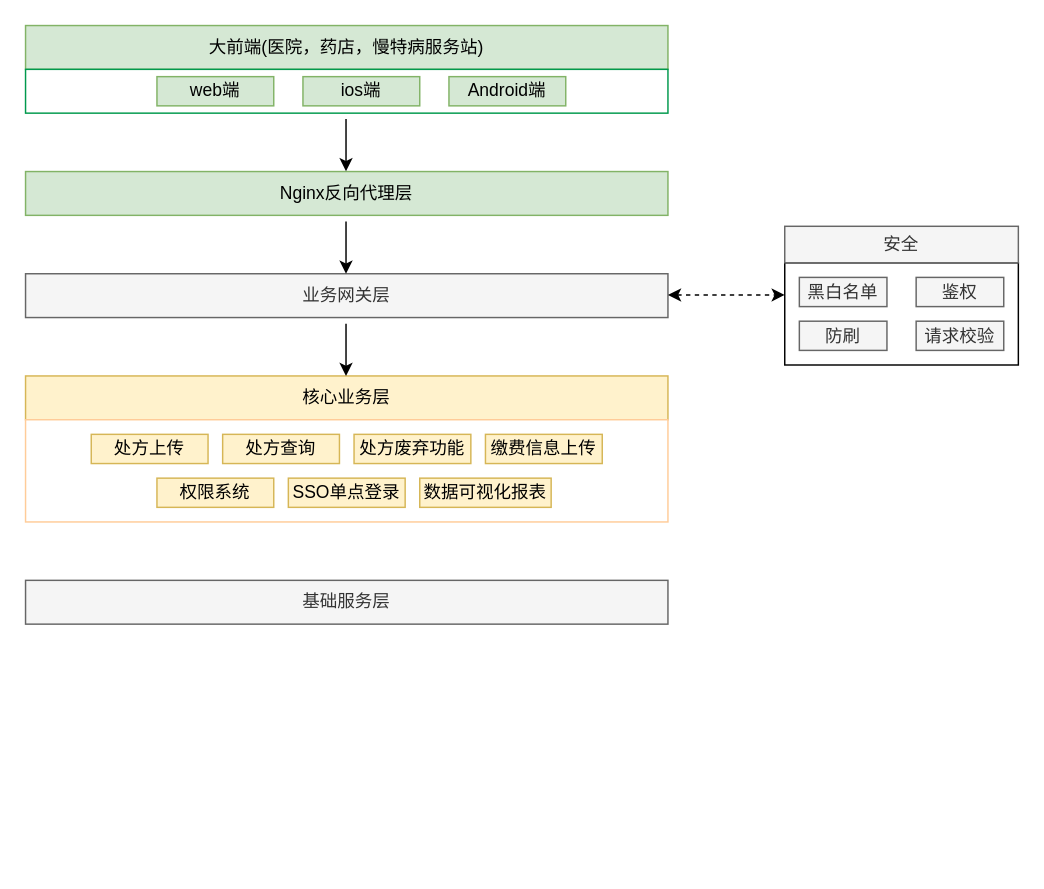
Earlier version of the draw.io diagram Untitled Diagram.drawio (chenrushui/draw). Source tidied: cells renumbered, new cells numbered last; positions are measured from the earlier drawing's top-left corner, leaving out a move shared by most shapes. Both pictures are drawn from the tidied source at 146%, with x=0, y=0 at pixel (25, 25).
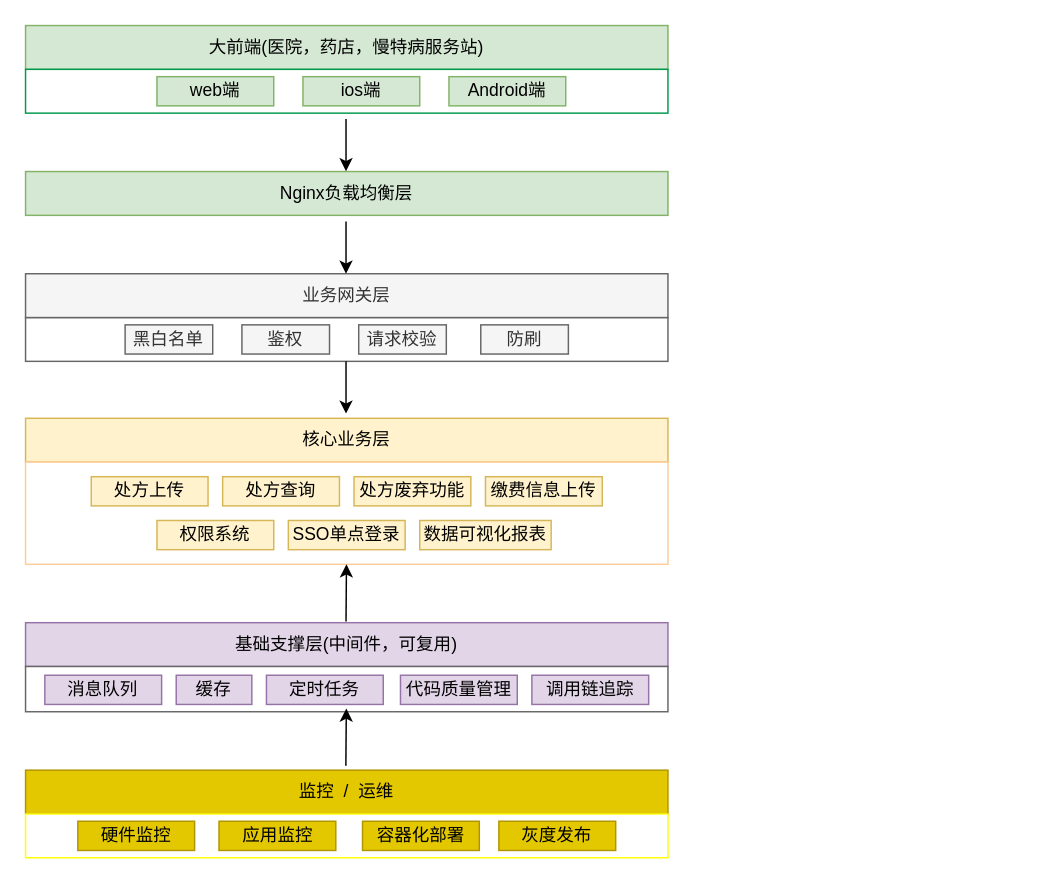
After the change.

Commit message (it also covers changes not shown here):
处方流转架构设计.drawio

What changed in the source:
```diff
@@
-    <mxCell id="2" style="rounded=0;whiteSpace=wrap;html=1;" parent="1" vertex="1">
-      <mxGeometry x="520" y="162.5" width="160" height="70" as="geometry" />
+    <mxCell id="2" style="rounded=0;whiteSpace=wrap;html=1;strokeColor=#666666;" parent="1" vertex="1">
+      <mxGeometry y="200" width="440" height="30" as="geometry" />
     </mxCell>
@@
-    <mxCell id="8" value="Nginx反向代理层" style="rounded=0;whiteSpace=wrap;html=1;fillColor=#d5e8d4;strokeColor=#82b366;" parent="1" vertex="1">
+    <mxCell id="8" value="Nginx负载均衡层" style="rounded=0;whiteSpace=wrap;html=1;fillColor=#d5e8d4;strokeColor=#82b366;" parent="1" vertex="1">
       <mxGeometry y="100" width="440" height="30" as="geometry" />
     </mxCell>
@@
-    <mxCell id="12" value="安全" style="rounded=0;whiteSpace=wrap;html=1;fillColor=#f5f5f5;strokeColor=#666666;fontColor=#333333;" parent="1" vertex="1">
-      <mxGeometry x="520" y="137.5" width="160" height="25" as="geometry" />
-    </mxCell>
     <mxCell id="13" value="黑白名单" style="rounded=0;whiteSpace=wrap;html=1;fillColor=#f5f5f5;strokeColor=#666666;fontColor=#333333;" parent="1" vertex="1">
-      <mxGeometry x="530" y="172.5" width="60" height="20" as="geometry" />
+      <mxGeometry x="68.2" y="205" width="60" height="20" as="geometry" />
     </mxCell>
     <mxCell id="14" value="鉴权" style="rounded=0;whiteSpace=wrap;html=1;fillColor=#f5f5f5;strokeColor=#666666;fontColor=#333333;" parent="1" vertex="1">
-      <mxGeometry x="610" y="172.5" width="60" height="20" as="geometry" />
+      <mxGeometry x="148.2" y="205" width="60" height="20" as="geometry" />
     </mxCell>
     <mxCell id="15" value="防刷" style="rounded=0;whiteSpace=wrap;html=1;fillColor=#f5f5f5;strokeColor=#666666;fontColor=#333333;" parent="1" vertex="1">
-      <mxGeometry x="530" y="202.5" width="60" height="20" as="geometry" />
+      <mxGeometry x="311.8" y="205" width="60" height="20" as="geometry" />
     </mxCell>
     <mxCell id="16" value="请求校验" style="rounded=0;whiteSpace=wrap;html=1;fillColor=#f5f5f5;strokeColor=#666666;fontColor=#333333;" parent="1" vertex="1">
-      <mxGeometry x="610" y="202.5" width="60" height="20" as="geometry" />
+      <mxGeometry x="228.2" y="205" width="60" height="20" as="geometry" />
     </mxCell>
-    <mxCell id="17" style="endArrow=classic;startArrow=classic;html=1;dashed=1;" parent="1" edge="1">
-      <mxGeometry relative="1" as="geometry">
-        <mxPoint x="440" y="184.5" as="sourcePoint" />
-        <mxPoint x="520" y="184.5" as="targetPoint" />
-      </mxGeometry>
-    </mxCell>
     <mxCell id="18" value="核心业务层" style="rounded=0;whiteSpace=wrap;html=1;fillColor=#fff2cc;strokeColor=#d6b656;" parent="1" vertex="1">
-      <mxGeometry y="240" width="440" height="30" as="geometry" />
+      <mxGeometry y="269" width="440" height="30" as="geometry" />
     </mxCell>
-    <mxCell id="19" value="基础服务层" style="rounded=0;whiteSpace=wrap;html=1;fillColor=#f5f5f5;strokeColor=#666666;fontColor=#333333;" parent="1" vertex="1">
-      <mxGeometry y="380" width="440" height="30" as="geometry" />
+    <mxCell id="19" value="基础支撑层(中间件，可复用)" style="rounded=0;whiteSpace=wrap;html=1;fillColor=#e1d5e7;strokeColor=#9673a6;" parent="1" vertex="1">
+      <mxGeometry y="409" width="440" height="30" as="geometry" />
     </mxCell>
     <mxCell id="20" style="rounded=0;whiteSpace=wrap;html=1;strokeColor=#FFCC99;" parent="1" vertex="1">
-      <mxGeometry y="270" width="440" height="70" as="geometry" />
+      <mxGeometry y="299" width="440" height="70" as="geometry" />
     </mxCell>
     <mxCell id="21" value="&lt;p class=&quot;MsoNormal&quot;&gt;&lt;font face=&quot;等线&quot; style=&quot;font-size: 12px&quot;&gt;处方上传&lt;/font&gt;&lt;/p&gt;" style="rounded=0;whiteSpace=wrap;html=1;fillColor=#fff2cc;strokeColor=#d6b656;" parent="1" vertex="1">
-      <mxGeometry x="45" y="280" width="80" height="20" as="geometry" />
+      <mxGeometry x="45" y="309" width="80" height="20" as="geometry" />
     </mxCell>
     <mxCell id="22" value="&lt;p class=&quot;MsoNormal&quot;&gt;&lt;font face=&quot;等线&quot; style=&quot;font-size: 12px&quot;&gt;处方查询&lt;/font&gt;&lt;/p&gt;" style="rounded=0;whiteSpace=wrap;html=1;fillColor=#fff2cc;strokeColor=#d6b656;" parent="1" vertex="1">
-      <mxGeometry x="135" y="280" width="80" height="20" as="geometry" />
+      <mxGeometry x="135" y="309" width="80" height="20" as="geometry" />
     </mxCell>
     <mxCell id="23" value="&lt;p class=&quot;MsoNormal&quot;&gt;&lt;font face=&quot;等线&quot; style=&quot;font-size: 12px&quot;&gt;处方废弃功能&lt;/font&gt;&lt;/p&gt;" style="rounded=0;whiteSpace=wrap;html=1;fillColor=#fff2cc;strokeColor=#d6b656;" parent="1" vertex="1">
-      <mxGeometry x="225" y="280" width="80" height="20" as="geometry" />
+      <mxGeometry x="225" y="309" width="80" height="20" as="geometry" />
     </mxCell>
     <mxCell id="24" value="&lt;p class=&quot;MsoNormal&quot;&gt;&lt;font face=&quot;等线&quot; style=&quot;font-size: 12px&quot;&gt;缴费信息上传&lt;/font&gt;&lt;/p&gt;" style="rounded=0;whiteSpace=wrap;html=1;fillColor=#fff2cc;strokeColor=#d6b656;" parent="1" vertex="1">
-      <mxGeometry x="315" y="280" width="80" height="20" as="geometry" />
+      <mxGeometry x="315" y="309" width="80" height="20" as="geometry" />
     </mxCell>
     <mxCell id="25" value="&lt;p class=&quot;MsoNormal&quot;&gt;&lt;font face=&quot;等线&quot; style=&quot;font-size: 12px&quot;&gt;权限系统&lt;/font&gt;&lt;/p&gt;" style="rounded=0;whiteSpace=wrap;html=1;fillColor=#fff2cc;strokeColor=#d6b656;" parent="1" vertex="1">
-      <mxGeometry x="90" y="310" width="80" height="20" as="geometry" />
+      <mxGeometry x="90" y="339" width="80" height="20" as="geometry" />
     </mxCell>
     <mxCell id="26" value="&lt;p class=&quot;MsoNormal&quot;&gt;&lt;font face=&quot;等线&quot; style=&quot;font-size: 12px&quot;&gt;SSO单点登录&lt;/font&gt;&lt;/p&gt;" style="rounded=0;whiteSpace=wrap;html=1;fillColor=#fff2cc;strokeColor=#d6b656;" parent="1" vertex="1">
-      <mxGeometry x="180" y="310" width="80" height="20" as="geometry" />
+      <mxGeometry x="180" y="339" width="80" height="20" as="geometry" />
     </mxCell>
     <mxCell id="27" value="&lt;p class=&quot;MsoNormal&quot;&gt;&lt;font face=&quot;等线&quot; style=&quot;font-size: 12px&quot;&gt;数据可视化报表&lt;/font&gt;&lt;/p&gt;" style="rounded=0;whiteSpace=wrap;html=1;fillColor=#fff2cc;strokeColor=#d6b656;" parent="1" vertex="1">
-      <mxGeometry x="270" y="310" width="90" height="20" as="geometry" />
+      <mxGeometry x="270" y="339" width="90" height="20" as="geometry" />
     </mxCell>
     <mxCell id="28" style="endArrow=classic;html=1;" parent="1" edge="1">
       <mxGeometry relative="1" as="geometry">
-        <mxPoint x="219.5" y="204.2" as="sourcePoint" />
-        <mxPoint x="219.5" y="240" as="targetPoint" />
+        <mxPoint x="219.5" y="230" as="sourcePoint" />
+        <mxPoint x="219.5" y="265.8" as="targetPoint" />
       </mxGeometry>
     </mxCell>
+    <mxCell id="29" style="rounded=0;whiteSpace=wrap;html=1;strokeColor=#666666;" parent="1" vertex="1">
+      <mxGeometry y="439" width="440" height="31" as="geometry" />
+    </mxCell>
+    <mxCell id="30" value="&lt;p class=&quot;MsoNormal&quot;&gt;&lt;font face=&quot;等线&quot; style=&quot;font-size: 12px&quot;&gt;消息队列&lt;/font&gt;&lt;/p&gt;" style="rounded=0;whiteSpace=wrap;html=1;fillColor=#e1d5e7;strokeColor=#9673a6;" parent="1" vertex="1">
+      <mxGeometry x="13.2" y="445" width="80" height="20" as="geometry" />
+    </mxCell>
+    <mxCell id="31" value="&lt;p class=&quot;MsoNormal&quot;&gt;&lt;font face=&quot;等线&quot; style=&quot;font-size: 12px&quot;&gt;缓存&lt;/font&gt;&lt;/p&gt;" style="rounded=0;whiteSpace=wrap;html=1;fillColor=#e1d5e7;strokeColor=#9673a6;" parent="1" vertex="1">
+      <mxGeometry x="103.2" y="445" width="51.8" height="20" as="geometry" />
+    </mxCell>
+    <mxCell id="32" value="&lt;p class=&quot;MsoNormal&quot;&gt;&lt;font face=&quot;等线&quot; style=&quot;font-size: 12px&quot;&gt;定时任务&lt;/font&gt;&lt;/p&gt;" style="rounded=0;whiteSpace=wrap;html=1;fillColor=#e1d5e7;strokeColor=#9673a6;" parent="1" vertex="1">
+      <mxGeometry x="165" y="445" width="80" height="20" as="geometry" />
+    </mxCell>
+    <mxCell id="33" value="&lt;p class=&quot;MsoNormal&quot;&gt;&lt;font face=&quot;等线&quot; style=&quot;font-size: 12px&quot;&gt;代码质量管理&lt;/font&gt;&lt;/p&gt;" style="rounded=0;whiteSpace=wrap;html=1;fillColor=#e1d5e7;strokeColor=#9673a6;" parent="1" vertex="1">
+      <mxGeometry x="256.8" y="445" width="80" height="20" as="geometry" />
+    </mxCell>
+    <mxCell id="34" value="&lt;p class=&quot;MsoNormal&quot;&gt;&lt;font face=&quot;等线&quot; style=&quot;font-size: 12px&quot;&gt;调用链追踪&lt;/font&gt;&lt;/p&gt;" style="rounded=0;whiteSpace=wrap;html=1;fillColor=#e1d5e7;strokeColor=#9673a6;" parent="1" vertex="1">
+      <mxGeometry x="346.8" y="445" width="80" height="20" as="geometry" />
+    </mxCell>
+    <mxCell id="35" style="endArrow=classic;html=1;" parent="1" edge="1">
+      <mxGeometry relative="1" as="geometry">
+        <mxPoint x="219.5" y="408.2" as="sourcePoint" />
+        <mxPoint x="219.8" y="369" as="targetPoint" />
+      </mxGeometry>
+    </mxCell>
+    <mxCell id="36" value="监控&amp;nbsp; /&amp;nbsp; 运维" style="rounded=0;whiteSpace=wrap;html=1;strokeColor=#B09500;fillColor=#e3c800;" parent="1" vertex="1">
+      <mxGeometry y="510" width="440" height="30" as="geometry" />
+    </mxCell>
+    <mxCell id="37" style="rounded=0;whiteSpace=wrap;html=1;fontColor=#000000;strokeColor=#FFFF00;" parent="1" vertex="1">
+      <mxGeometry y="540" width="440" height="30" as="geometry" />
+    </mxCell>
+    <mxCell id="38" value="&lt;p class=&quot;MsoNormal&quot;&gt;&lt;font face=&quot;等线&quot; color=&quot;#000000&quot;&gt;硬件监控&lt;/font&gt;&lt;/p&gt;" style="rounded=0;whiteSpace=wrap;html=1;fillColor=#e3c800;strokeColor=#B09500;fontColor=#ffffff;" parent="1" vertex="1">
+      <mxGeometry x="35.8" y="545" width="80" height="20" as="geometry" />
+    </mxCell>
+    <mxCell id="39" value="&lt;p class=&quot;MsoNormal&quot;&gt;&lt;font face=&quot;等线&quot; color=&quot;#000000&quot;&gt;应用监控&lt;/font&gt;&lt;/p&gt;" style="rounded=0;whiteSpace=wrap;html=1;fillColor=#e3c800;strokeColor=#B09500;fontColor=#ffffff;" parent="1" vertex="1">
+      <mxGeometry x="132.5" y="545" width="80" height="20" as="geometry" />
+    </mxCell>
+    <mxCell id="40" value="&lt;p class=&quot;MsoNormal&quot;&gt;&lt;font face=&quot;等线&quot; color=&quot;#000000&quot;&gt;容器化部署&lt;/font&gt;&lt;/p&gt;" style="rounded=0;whiteSpace=wrap;html=1;fillColor=#e3c800;strokeColor=#B09500;fontColor=#ffffff;" parent="1" vertex="1">
+      <mxGeometry x="230.8" y="545" width="80" height="20" as="geometry" />
+    </mxCell>
+    <mxCell id="41" value="&lt;p class=&quot;MsoNormal&quot;&gt;&lt;font face=&quot;等线&quot; color=&quot;#000000&quot;&gt;灰度发布&lt;/font&gt;&lt;/p&gt;" style="rounded=0;whiteSpace=wrap;html=1;fillColor=#e3c800;strokeColor=#B09500;fontColor=#ffffff;" parent="1" vertex="1">
+      <mxGeometry x="324.2" y="545" width="80" height="20" as="geometry" />
+    </mxCell>
+    <mxCell id="42" style="endArrow=classic;html=1;" parent="1" edge="1">
+      <mxGeometry relative="1" as="geometry">
+        <mxPoint x="219.4" y="507" as="sourcePoint" />
+        <mxPoint x="219.7" y="467.8" as="targetPoint" />
+      </mxGeometry>
+    </mxCell>
```
